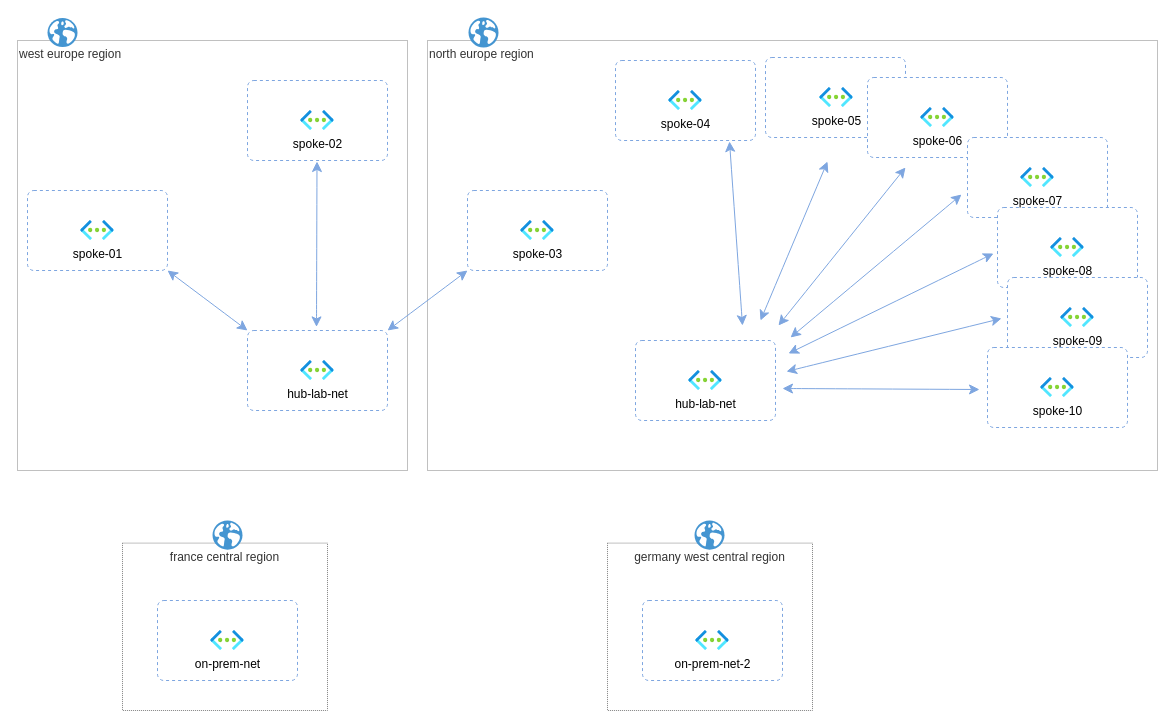
Above: page "HL" (1 of 2) of images/architecture.drawio in nicolgit/hub-and-spoke-playground (draw.io), before the change. Source tidied: cells renumbered, new cells numbered last; positions are measured from the earlier drawing's top-left corner, leaving out a move shared by most shapes. Both pictures are drawn from the tidied source at 100%, with x=0, y=0 at pixel (17, 17).
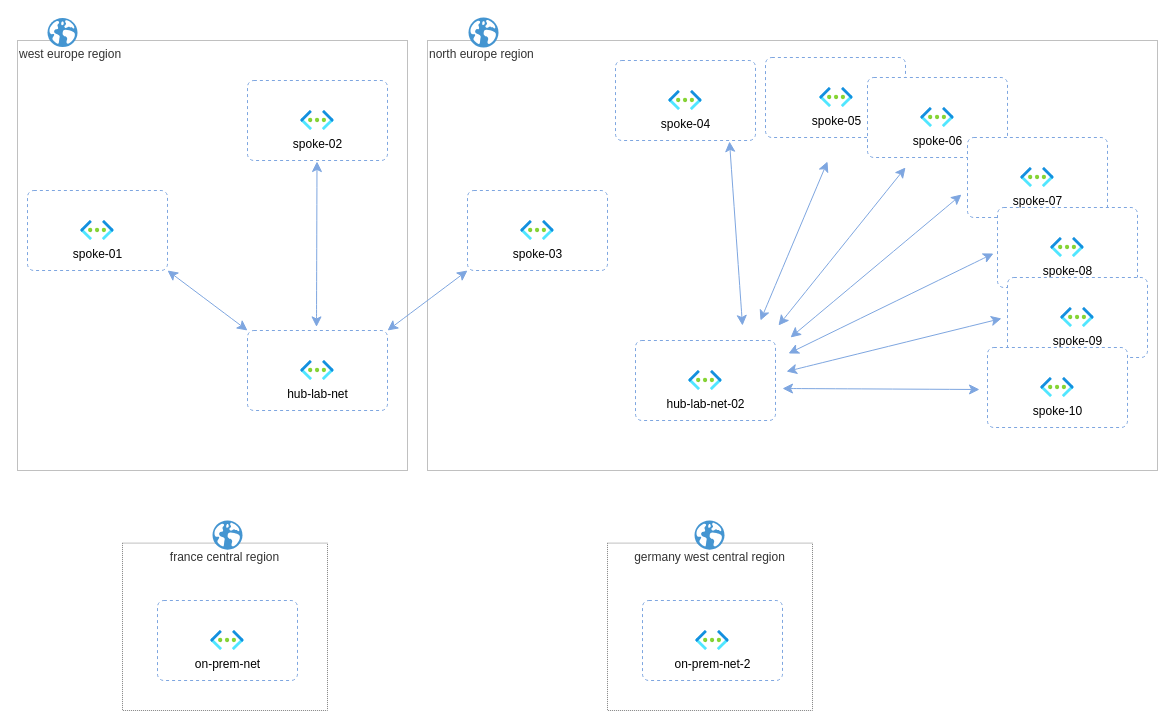
After the change.

Commit message (it also covers changes not shown here):
new home page arc schemas

The change refers to these unchanged cells:
```xml
<mxCell id="17" style="group;" parent="16" vertex="1">
  <mxGeometry width="140" height="80" as="geometry" />
</mxCell>
```

Change to the diagram source:
```diff
@@
-    <mxCell id="19" value="hub-lab-net" style="html=1;align=center;image;fontSize=12;image=img/lib/azure2/networking/Virtual_Networks.svg;" parent="17" vertex="1">
+    <mxCell id="19" value="hub-lab-net-02" style="html=1;align=center;image;fontSize=12;image=img/lib/azure2/networking/Virtual_Networks.svg;" parent="17" vertex="1">
       <mxGeometry x="53.2" y="30" width="33.5" height="20" as="geometry" />
     </mxCell>
```
